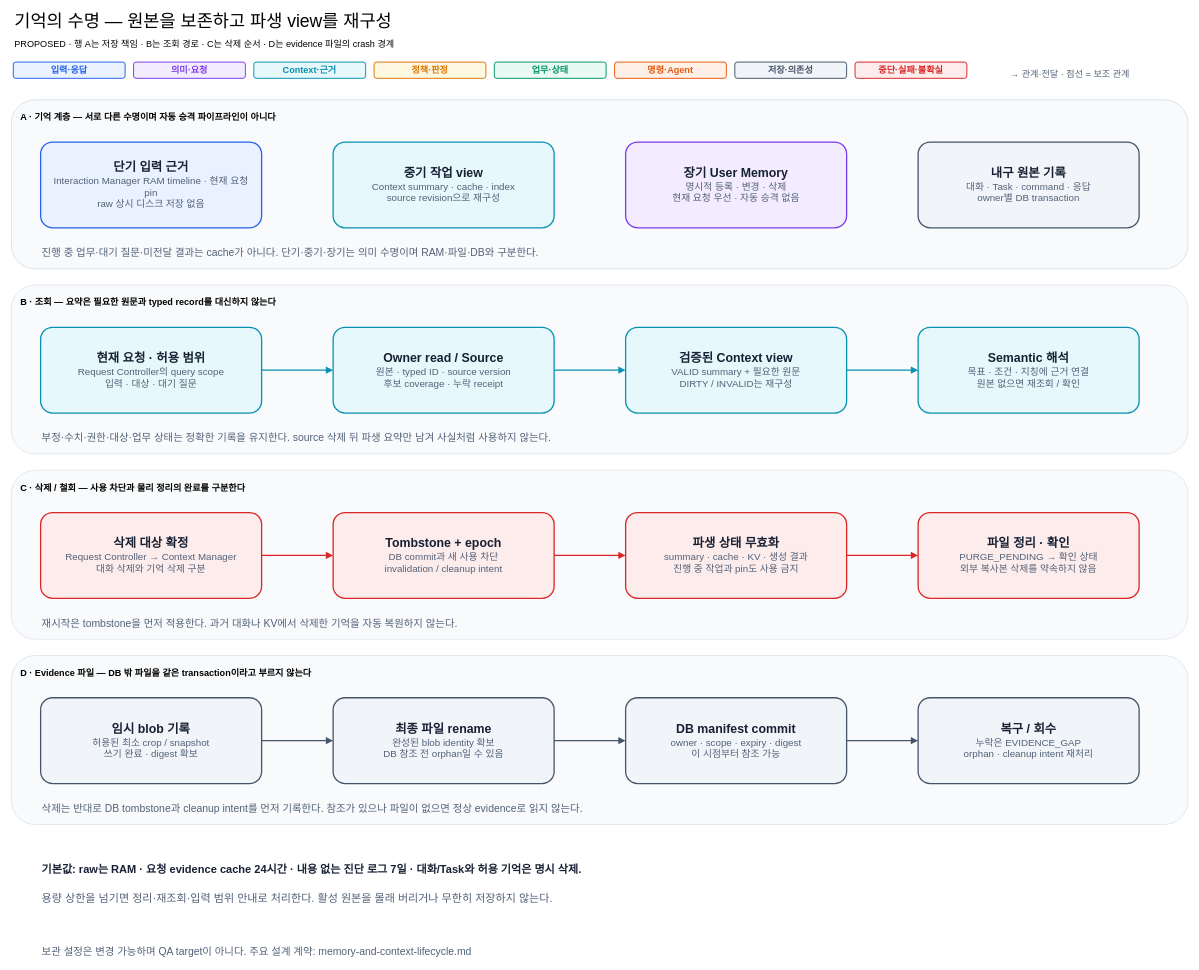
Earlier version of the draw.io diagram docs/architecture/12-decisions/target-architecture/diagrams/13-memory-lifecycle.drawio (cbyche/via-sw-architecture). Source tidied: cells renumbered, new cells numbered last; positions are measured from the earlier drawing's top-left corner, leaving out a move shared by most shapes. Both pictures are drawn from the tidied source at 65%, with x=0, y=0 at pixel (11, 12).
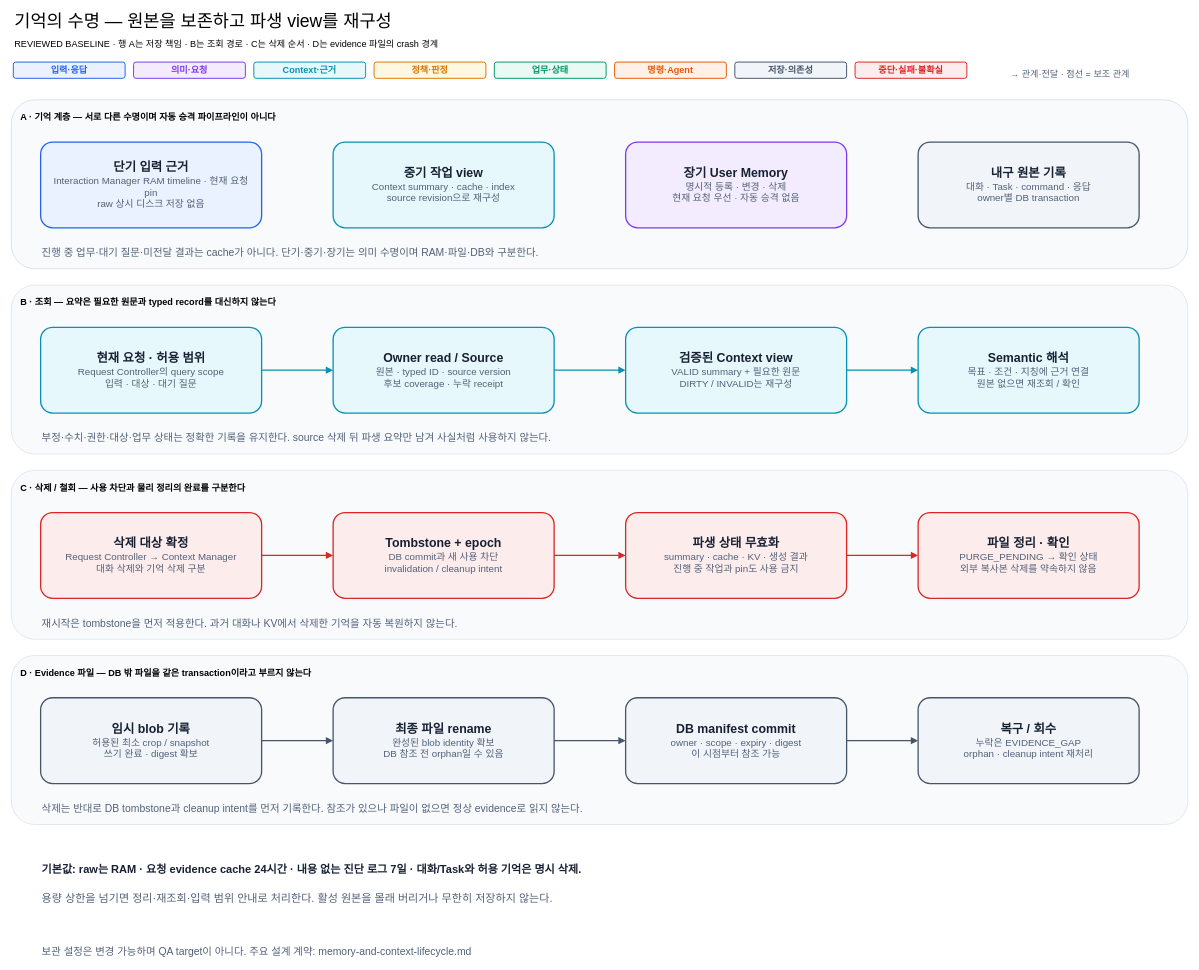
Above is the later version.

Diff of the diagram source:
```diff
@@
-    <mxCell id="48" value="PROPOSED · 행 A는 저장 책임 · B는 조회 경로 · C는 삭제 순서 · D는 evidence 파일의 crash 경계" style="text;html=1;align=left;verticalAlign=middle;strokeColor=none;fillColor=none;fontSize=14;" parent="1" vertex="1">
+    <mxCell id="48" value="REVIEWED BASELINE · 행 A는 저장 책임 · B는 조회 경로 · C는 삭제 순서 · D는 evidence 파일의 crash 경계" style="text;html=1;align=left;verticalAlign=middle;strokeColor=none;fillColor=none;fontSize=14;" parent="1" vertex="1">
       <mxGeometry x="3" y="34" width="1804" height="30" as="geometry" />
     </mxCell>
```
